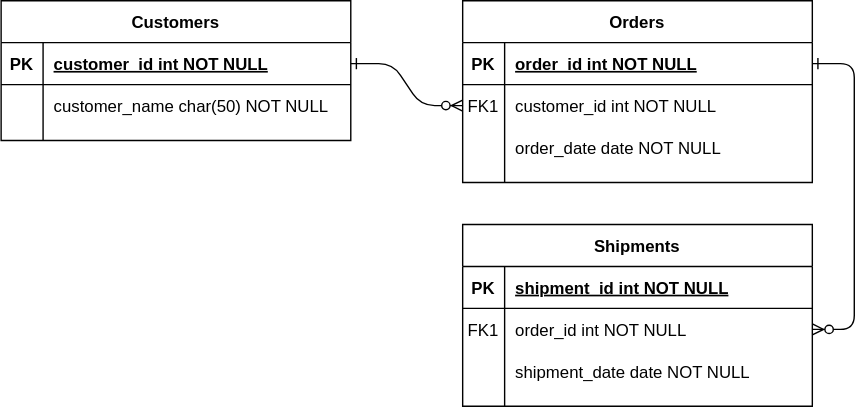
Before: E1.svg, a diagram exported from draw.io (ThunderGer23/Struct). Source tidied: cells renumbered, new cells last; positions are measured from the earlier drawing's top-left corner, leaving out a move shared by most shapes. Source of this version:
```xml
<mxGraphModel>
  <root>
    <mxCell id="0" />
    <mxCell id="1" parent="0" />
    <mxCell id="2" style="edgeStyle=entityRelationEdgeStyle;endArrow=ERzeroToMany;startArrow=ERone;endFill=1;startFill=0;" parent="1" edge="1" source="25" target="8">
      <mxGeometry relative="1" as="geometry" />
    </mxCell>
    <mxCell id="3" style="edgeStyle=entityRelationEdgeStyle;endArrow=ERzeroToMany;startArrow=ERone;endFill=1;startFill=0;" parent="1" edge="1" source="5" target="18">
      <mxGeometry relative="1" as="geometry" />
    </mxCell>
    <mxCell id="4" value="Orders" style="shape=table;startSize=30;rowLines=0;fontStyle=1;align=center;" parent="1" vertex="1">
      <mxGeometry x="330" width="250" height="130" as="geometry" />
    </mxCell>
    <mxCell id="5" style="shape=partialRectangle;fillColor=none;points=[[0,0.5],[1,0.5]];portConstraint=eastwest;top=0;left=0;right=0;bottom=1;" parent="4" vertex="1">
      <mxGeometry y="30" width="250" height="30" as="geometry" />
    </mxCell>
    <mxCell id="6" value="PK" style="shape=partialRectangle;overflow=hidden;fillColor=none;top=0;left=0;bottom=0;right=0;fontStyle=1;" parent="5" vertex="1">
      <mxGeometry width="30" height="30" as="geometry" />
    </mxCell>
    <mxCell id="7" value="order_id int NOT NULL " style="shape=partialRectangle;overflow=hidden;fillColor=none;top=0;left=0;bottom=0;right=0;align=left;spacingLeft=6;fontStyle=5;" parent="5" vertex="1">
      <mxGeometry x="30" width="220" height="30" as="geometry" />
    </mxCell>
    <mxCell id="8" style="shape=partialRectangle;fillColor=none;points=[[0,0.5],[1,0.5]];portConstraint=eastwest;top=0;left=0;right=0;bottom=0;" parent="4" vertex="1">
      <mxGeometry y="60" width="250" height="30" as="geometry" />
    </mxCell>
    <mxCell id="9" value="FK1" style="shape=partialRectangle;overflow=hidden;fillColor=none;top=0;left=0;bottom=0;right=0;" parent="8" vertex="1">
      <mxGeometry width="30" height="30" as="geometry" />
    </mxCell>
    <mxCell id="10" value="customer_id int NOT NULL" style="shape=partialRectangle;overflow=hidden;fillColor=none;top=0;left=0;bottom=0;right=0;align=left;spacingLeft=6;" parent="8" vertex="1">
      <mxGeometry x="30" width="220" height="30" as="geometry" />
    </mxCell>
    <mxCell id="11" style="shape=partialRectangle;fillColor=none;top=0;left=0;right=0;bottom=0;" parent="4" vertex="1">
      <mxGeometry y="90" width="250" height="30" as="geometry" />
    </mxCell>
    <mxCell id="12" style="shape=partialRectangle;overflow=hidden;fillColor=none;top=0;left=0;bottom=0;right=0;" parent="11" vertex="1">
      <mxGeometry width="30" height="30" as="geometry" />
    </mxCell>
    <mxCell id="13" value="order_date date NOT NULL" style="shape=partialRectangle;overflow=hidden;fillColor=none;top=0;left=0;bottom=0;right=0;align=left;spacingLeft=6;" parent="11" vertex="1">
      <mxGeometry x="30" width="220" height="30" as="geometry" />
    </mxCell>
    <mxCell id="14" value="Shipments" style="shape=table;startSize=30;rowLines=0;fontStyle=1;align=center;" parent="1" vertex="1">
      <mxGeometry x="330" y="160" width="250" height="130" as="geometry" />
    </mxCell>
    <mxCell id="15" style="shape=partialRectangle;fillColor=none;top=0;left=0;right=0;bottom=1;" parent="14" vertex="1">
      <mxGeometry y="30" width="250" height="30" as="geometry" />
    </mxCell>
    <mxCell id="16" value="PK" style="shape=partialRectangle;overflow=hidden;fillColor=none;top=0;left=0;bottom=0;right=0;fontStyle=1;" parent="15" vertex="1">
      <mxGeometry width="30" height="30" as="geometry" />
    </mxCell>
    <mxCell id="17" value="shipment_id int NOT NULL " style="shape=partialRectangle;overflow=hidden;fillColor=none;top=0;left=0;bottom=0;right=0;align=left;spacingLeft=6;fontStyle=5;" parent="15" vertex="1">
      <mxGeometry x="30" width="220" height="30" as="geometry" />
    </mxCell>
    <mxCell id="18" style="shape=partialRectangle;fillColor=none;points=[[0,0.5],[1,0.5]];portConstraint=eastwest;top=0;left=0;right=0;bottom=0;" parent="14" vertex="1">
      <mxGeometry y="60" width="250" height="30" as="geometry" />
    </mxCell>
    <mxCell id="19" value="FK1" style="shape=partialRectangle;overflow=hidden;fillColor=none;top=0;left=0;bottom=0;right=0;" parent="18" vertex="1">
      <mxGeometry width="30" height="30" as="geometry" />
    </mxCell>
    <mxCell id="20" value="order_id int NOT NULL" style="shape=partialRectangle;overflow=hidden;fillColor=none;top=0;left=0;bottom=0;right=0;align=left;spacingLeft=6;" parent="18" vertex="1">
      <mxGeometry x="30" width="220" height="30" as="geometry" />
    </mxCell>
    <mxCell id="21" style="shape=partialRectangle;fillColor=none;top=0;left=0;right=0;bottom=0;" parent="14" vertex="1">
      <mxGeometry y="90" width="250" height="30" as="geometry" />
    </mxCell>
    <mxCell id="22" style="shape=partialRectangle;overflow=hidden;fillColor=none;top=0;left=0;bottom=0;right=0;" parent="21" vertex="1">
      <mxGeometry width="30" height="30" as="geometry" />
    </mxCell>
    <mxCell id="23" value="shipment_date date NOT NULL" style="shape=partialRectangle;overflow=hidden;fillColor=none;top=0;left=0;bottom=0;right=0;align=left;spacingLeft=6;" parent="21" vertex="1">
      <mxGeometry x="30" width="220" height="30" as="geometry" />
    </mxCell>
    <mxCell id="24" value="Customers" style="shape=table;startSize=30;rowLines=0;fontStyle=1;align=center;" parent="1" vertex="1">
      <mxGeometry width="250" height="100" as="geometry" />
    </mxCell>
    <mxCell id="25" style="shape=partialRectangle;fillColor=none;points=[[0,0.5],[1,0.5]];portConstraint=eastwest;top=0;left=0;right=0;bottom=1;" parent="24" vertex="1">
      <mxGeometry y="30" width="250" height="30" as="geometry" />
    </mxCell>
    <mxCell id="26" value="PK" style="shape=partialRectangle;overflow=hidden;fillColor=none;top=0;left=0;bottom=0;right=0;fontStyle=1;" parent="25" vertex="1">
      <mxGeometry width="30" height="30" as="geometry" />
    </mxCell>
    <mxCell id="27" value="customer_id int NOT NULL " style="shape=partialRectangle;overflow=hidden;fillColor=none;top=0;left=0;bottom=0;right=0;align=left;spacingLeft=6;fontStyle=5;" parent="25" vertex="1">
      <mxGeometry x="30" width="220" height="30" as="geometry" />
    </mxCell>
    <mxCell id="28" style="shape=partialRectangle;fillColor=none;top=0;left=0;right=0;bottom=0;" parent="24" vertex="1">
      <mxGeometry y="60" width="250" height="30" as="geometry" />
    </mxCell>
    <mxCell id="29" style="shape=partialRectangle;overflow=hidden;fillColor=none;top=0;left=0;bottom=0;right=0;" parent="28" vertex="1">
      <mxGeometry width="30" height="30" as="geometry" />
    </mxCell>
    <mxCell id="30" value="customer_name char(50) NOT NULL" style="shape=partialRectangle;overflow=hidden;fillColor=none;top=0;left=0;bottom=0;right=0;align=left;spacingLeft=6;" parent="28" vertex="1">
      <mxGeometry x="30" width="220" height="30" as="geometry" />
    </mxCell>
  </root>
</mxGraphModel>
```
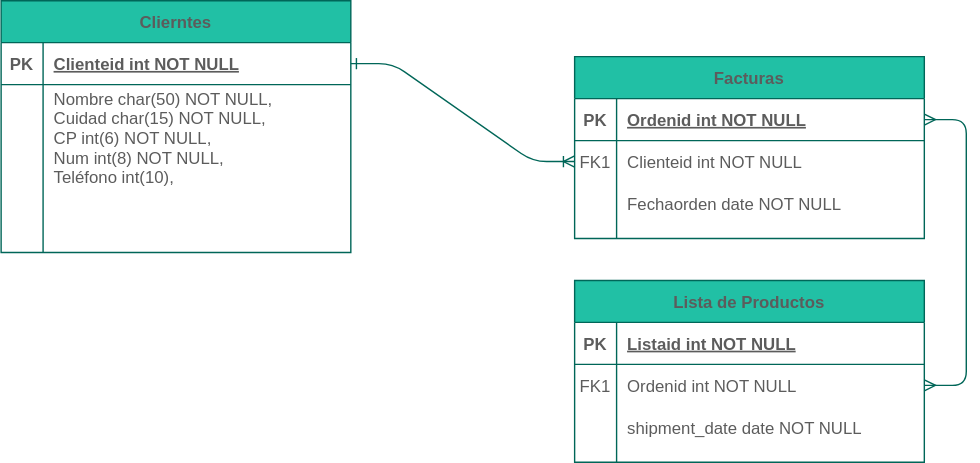
Later version of the same file.

Change to the diagram source:
```diff
@@ -2,92 +2,92 @@
   <root>
     <mxCell id="0" />
     <mxCell id="1" parent="0" />
-    <mxCell id="2" style="edgeStyle=entityRelationEdgeStyle;endArrow=ERzeroToMany;startArrow=ERone;endFill=1;startFill=0;" parent="1" edge="1" source="25" target="8">
+    <mxCell id="2" style="edgeStyle=entityRelationEdgeStyle;endArrow=ERoneToMany;startArrow=ERone;endFill=0;startFill=0;strokeColor=#006658;fontColor=#5C5C5C;" parent="1" edge="1" source="25" target="8">
       <mxGeometry relative="1" as="geometry" />
     </mxCell>
-    <mxCell id="3" style="edgeStyle=entityRelationEdgeStyle;endArrow=ERzeroToMany;startArrow=ERone;endFill=1;startFill=0;" parent="1" edge="1" source="5" target="18">
+    <mxCell id="3" style="edgeStyle=entityRelationEdgeStyle;endArrow=ERmany;startArrow=ERmany;endFill=0;startFill=0;strokeColor=#006658;fontColor=#5C5C5C;" parent="1" edge="1" source="5" target="18">
       <mxGeometry relative="1" as="geometry" />
     </mxCell>
-    <mxCell id="4" value="Orders" style="shape=table;startSize=30;rowLines=0;fontStyle=1;align=center;" parent="1" vertex="1">
+    <mxCell id="4" value="Facturas" style="shape=table;startSize=30;rowLines=0;fontStyle=1;align=center;fillColor=#21C0A5;strokeColor=#006658;fontColor=#5C5C5C;" parent="1" vertex="1">
       <mxGeometry x="330" width="250" height="130" as="geometry" />
     </mxCell>
-    <mxCell id="5" style="shape=partialRectangle;fillColor=none;points=[[0,0.5],[1,0.5]];portConstraint=eastwest;top=0;left=0;right=0;bottom=1;" parent="4" vertex="1">
+    <mxCell id="5" style="shape=partialRectangle;fillColor=none;points=[[0,0.5],[1,0.5]];portConstraint=eastwest;top=0;left=0;right=0;bottom=1;strokeColor=#006658;fontColor=#5C5C5C;" parent="4" vertex="1">
       <mxGeometry y="30" width="250" height="30" as="geometry" />
     </mxCell>
-    <mxCell id="6" value="PK" style="shape=partialRectangle;overflow=hidden;fillColor=none;top=0;left=0;bottom=0;right=0;fontStyle=1;" parent="5" vertex="1">
+    <mxCell id="6" value="PK" style="shape=partialRectangle;overflow=hidden;fillColor=none;top=0;left=0;bottom=0;right=0;fontStyle=1;strokeColor=#006658;fontColor=#5C5C5C;" parent="5" vertex="1">
       <mxGeometry width="30" height="30" as="geometry" />
     </mxCell>
-    <mxCell id="7" value="order_id int NOT NULL " style="shape=partialRectangle;overflow=hidden;fillColor=none;top=0;left=0;bottom=0;right=0;align=left;spacingLeft=6;fontStyle=5;" parent="5" vertex="1">
+    <mxCell id="7" value="Ordenid int NOT NULL " style="shape=partialRectangle;overflow=hidden;fillColor=none;top=0;left=0;bottom=0;right=0;align=left;spacingLeft=6;fontStyle=5;strokeColor=#006658;fontColor=#5C5C5C;" parent="5" vertex="1">
       <mxGeometry x="30" width="220" height="30" as="geometry" />
     </mxCell>
-    <mxCell id="8" style="shape=partialRectangle;fillColor=none;points=[[0,0.5],[1,0.5]];portConstraint=eastwest;top=0;left=0;right=0;bottom=0;" parent="4" vertex="1">
+    <mxCell id="8" style="shape=partialRectangle;fillColor=none;points=[[0,0.5],[1,0.5]];portConstraint=eastwest;top=0;left=0;right=0;bottom=0;strokeColor=#006658;fontColor=#5C5C5C;" parent="4" vertex="1">
       <mxGeometry y="60" width="250" height="30" as="geometry" />
     </mxCell>
-    <mxCell id="9" value="FK1" style="shape=partialRectangle;overflow=hidden;fillColor=none;top=0;left=0;bottom=0;right=0;" parent="8" vertex="1">
+    <mxCell id="9" value="FK1" style="shape=partialRectangle;overflow=hidden;fillColor=none;top=0;left=0;bottom=0;right=0;strokeColor=#006658;fontColor=#5C5C5C;" parent="8" vertex="1">
       <mxGeometry width="30" height="30" as="geometry" />
     </mxCell>
-    <mxCell id="10" value="customer_id int NOT NULL" style="shape=partialRectangle;overflow=hidden;fillColor=none;top=0;left=0;bottom=0;right=0;align=left;spacingLeft=6;" parent="8" vertex="1">
+    <mxCell id="10" value="Clienteid int NOT NULL" style="shape=partialRectangle;overflow=hidden;fillColor=none;top=0;left=0;bottom=0;right=0;align=left;spacingLeft=6;strokeColor=#006658;fontColor=#5C5C5C;" parent="8" vertex="1">
       <mxGeometry x="30" width="220" height="30" as="geometry" />
     </mxCell>
-    <mxCell id="11" style="shape=partialRectangle;fillColor=none;top=0;left=0;right=0;bottom=0;" parent="4" vertex="1">
+    <mxCell id="11" style="shape=partialRectangle;fillColor=none;top=0;left=0;right=0;bottom=0;strokeColor=#006658;fontColor=#5C5C5C;" parent="4" vertex="1">
       <mxGeometry y="90" width="250" height="30" as="geometry" />
     </mxCell>
-    <mxCell id="12" style="shape=partialRectangle;overflow=hidden;fillColor=none;top=0;left=0;bottom=0;right=0;" parent="11" vertex="1">
+    <mxCell id="12" style="shape=partialRectangle;overflow=hidden;fillColor=none;top=0;left=0;bottom=0;right=0;strokeColor=#006658;fontColor=#5C5C5C;" parent="11" vertex="1">
       <mxGeometry width="30" height="30" as="geometry" />
     </mxCell>
-    <mxCell id="13" value="order_date date NOT NULL" style="shape=partialRectangle;overflow=hidden;fillColor=none;top=0;left=0;bottom=0;right=0;align=left;spacingLeft=6;" parent="11" vertex="1">
+    <mxCell id="13" value="Fechaorden date NOT NULL" style="shape=partialRectangle;overflow=hidden;fillColor=none;top=0;left=0;bottom=0;right=0;align=left;spacingLeft=6;strokeColor=#006658;fontColor=#5C5C5C;" parent="11" vertex="1">
       <mxGeometry x="30" width="220" height="30" as="geometry" />
     </mxCell>
-    <mxCell id="14" value="Shipments" style="shape=table;startSize=30;rowLines=0;fontStyle=1;align=center;" parent="1" vertex="1">
+    <mxCell id="14" value="Lista de Productos" style="shape=table;startSize=30;rowLines=0;fontStyle=1;align=center;fillColor=#21C0A5;strokeColor=#006658;fontColor=#5C5C5C;" parent="1" vertex="1">
       <mxGeometry x="330" y="160" width="250" height="130" as="geometry" />
     </mxCell>
-    <mxCell id="15" style="shape=partialRectangle;fillColor=none;top=0;left=0;right=0;bottom=1;" parent="14" vertex="1">
+    <mxCell id="15" style="shape=partialRectangle;fillColor=none;top=0;left=0;right=0;bottom=1;strokeColor=#006658;fontColor=#5C5C5C;" parent="14" vertex="1">
       <mxGeometry y="30" width="250" height="30" as="geometry" />
     </mxCell>
-    <mxCell id="16" value="PK" style="shape=partialRectangle;overflow=hidden;fillColor=none;top=0;left=0;bottom=0;right=0;fontStyle=1;" parent="15" vertex="1">
+    <mxCell id="16" value="PK" style="shape=partialRectangle;overflow=hidden;fillColor=none;top=0;left=0;bottom=0;right=0;fontStyle=1;strokeColor=#006658;fontColor=#5C5C5C;" parent="15" vertex="1">
       <mxGeometry width="30" height="30" as="geometry" />
     </mxCell>
-    <mxCell id="17" value="shipment_id int NOT NULL " style="shape=partialRectangle;overflow=hidden;fillColor=none;top=0;left=0;bottom=0;right=0;align=left;spacingLeft=6;fontStyle=5;" parent="15" vertex="1">
+    <mxCell id="17" value="Listaid int NOT NULL " style="shape=partialRectangle;overflow=hidden;fillColor=none;top=0;left=0;bottom=0;right=0;align=left;spacingLeft=6;fontStyle=5;strokeColor=#006658;fontColor=#5C5C5C;" parent="15" vertex="1">
       <mxGeometry x="30" width="220" height="30" as="geometry" />
     </mxCell>
-    <mxCell id="18" style="shape=partialRectangle;fillColor=none;points=[[0,0.5],[1,0.5]];portConstraint=eastwest;top=0;left=0;right=0;bottom=0;" parent="14" vertex="1">
+    <mxCell id="18" style="shape=partialRectangle;fillColor=none;points=[[0,0.5],[1,0.5]];portConstraint=eastwest;top=0;left=0;right=0;bottom=0;strokeColor=#006658;fontColor=#5C5C5C;" parent="14" vertex="1">
       <mxGeometry y="60" width="250" height="30" as="geometry" />
     </mxCell>
-    <mxCell id="19" value="FK1" style="shape=partialRectangle;overflow=hidden;fillColor=none;top=0;left=0;bottom=0;right=0;" parent="18" vertex="1">
+    <mxCell id="19" value="FK1" style="shape=partialRectangle;overflow=hidden;fillColor=none;top=0;left=0;bottom=0;right=0;strokeColor=#006658;fontColor=#5C5C5C;" parent="18" vertex="1">
       <mxGeometry width="30" height="30" as="geometry" />
     </mxCell>
-    <mxCell id="20" value="order_id int NOT NULL" style="shape=partialRectangle;overflow=hidden;fillColor=none;top=0;left=0;bottom=0;right=0;align=left;spacingLeft=6;" parent="18" vertex="1">
+    <mxCell id="20" value="Ordenid int NOT NULL" style="shape=partialRectangle;overflow=hidden;fillColor=none;top=0;left=0;bottom=0;right=0;align=left;spacingLeft=6;strokeColor=#006658;fontColor=#5C5C5C;" parent="18" vertex="1">
       <mxGeometry x="30" width="220" height="30" as="geometry" />
     </mxCell>
-    <mxCell id="21" style="shape=partialRectangle;fillColor=none;top=0;left=0;right=0;bottom=0;" parent="14" vertex="1">
+    <mxCell id="21" style="shape=partialRectangle;fillColor=none;top=0;left=0;right=0;bottom=0;strokeColor=#006658;fontColor=#5C5C5C;" parent="14" vertex="1">
       <mxGeometry y="90" width="250" height="30" as="geometry" />
     </mxCell>
-    <mxCell id="22" style="shape=partialRectangle;overflow=hidden;fillColor=none;top=0;left=0;bottom=0;right=0;" parent="21" vertex="1">
+    <mxCell id="22" style="shape=partialRectangle;overflow=hidden;fillColor=none;top=0;left=0;bottom=0;right=0;strokeColor=#006658;fontColor=#5C5C5C;" parent="21" vertex="1">
       <mxGeometry width="30" height="30" as="geometry" />
     </mxCell>
-    <mxCell id="23" value="shipment_date date NOT NULL" style="shape=partialRectangle;overflow=hidden;fillColor=none;top=0;left=0;bottom=0;right=0;align=left;spacingLeft=6;" parent="21" vertex="1">
+    <mxCell id="23" value="shipment_date date NOT NULL" style="shape=partialRectangle;overflow=hidden;fillColor=none;top=0;left=0;bottom=0;right=0;align=left;spacingLeft=6;strokeColor=#006658;fontColor=#5C5C5C;" parent="21" vertex="1">
       <mxGeometry x="30" width="220" height="30" as="geometry" />
     </mxCell>
-    <mxCell id="24" value="Customers" style="shape=table;startSize=30;rowLines=0;fontStyle=1;align=center;" parent="1" vertex="1">
-      <mxGeometry width="250" height="100" as="geometry" />
+    <mxCell id="24" value="Clierntes" style="shape=table;startSize=30;rowLines=0;fontStyle=1;align=center;fillColor=#21C0A5;strokeColor=#006658;fontColor=#5C5C5C;" parent="1" vertex="1">
+      <mxGeometry x="-80" y="-40" width="250" height="180" as="geometry" />
     </mxCell>
-    <mxCell id="25" style="shape=partialRectangle;fillColor=none;points=[[0,0.5],[1,0.5]];portConstraint=eastwest;top=0;left=0;right=0;bottom=1;" parent="24" vertex="1">
+    <mxCell id="25" style="shape=partialRectangle;fillColor=none;points=[[0,0.5],[1,0.5]];portConstraint=eastwest;top=0;left=0;right=0;bottom=1;strokeColor=#006658;fontColor=#5C5C5C;" parent="24" vertex="1">
       <mxGeometry y="30" width="250" height="30" as="geometry" />
     </mxCell>
-    <mxCell id="26" value="PK" style="shape=partialRectangle;overflow=hidden;fillColor=none;top=0;left=0;bottom=0;right=0;fontStyle=1;" parent="25" vertex="1">
+    <mxCell id="26" value="PK" style="shape=partialRectangle;overflow=hidden;fillColor=none;top=0;left=0;bottom=0;right=0;fontStyle=1;strokeColor=#006658;fontColor=#5C5C5C;" parent="25" vertex="1">
       <mxGeometry width="30" height="30" as="geometry" />
     </mxCell>
-    <mxCell id="27" value="customer_id int NOT NULL " style="shape=partialRectangle;overflow=hidden;fillColor=none;top=0;left=0;bottom=0;right=0;align=left;spacingLeft=6;fontStyle=5;" parent="25" vertex="1">
+    <mxCell id="27" value="Clienteid int NOT NULL " style="shape=partialRectangle;overflow=hidden;fillColor=none;top=0;left=0;bottom=0;right=0;align=left;spacingLeft=6;fontStyle=5;strokeColor=#006658;fontColor=#5C5C5C;" parent="25" vertex="1">
       <mxGeometry x="30" width="220" height="30" as="geometry" />
     </mxCell>
-    <mxCell id="28" style="shape=partialRectangle;fillColor=none;top=0;left=0;right=0;bottom=0;" parent="24" vertex="1">
-      <mxGeometry y="60" width="250" height="30" as="geometry" />
+    <mxCell id="28" style="shape=partialRectangle;fillColor=none;top=0;left=0;right=0;bottom=0;strokeColor=#006658;fontColor=#5C5C5C;" parent="24" vertex="1">
+      <mxGeometry y="60" width="250" height="90" as="geometry" />
     </mxCell>
-    <mxCell id="29" style="shape=partialRectangle;overflow=hidden;fillColor=none;top=0;left=0;bottom=0;right=0;" parent="28" vertex="1">
-      <mxGeometry width="30" height="30" as="geometry" />
+    <mxCell id="29" style="shape=partialRectangle;overflow=hidden;fillColor=none;top=0;left=0;bottom=0;right=0;strokeColor=#006658;fontColor=#5C5C5C;" parent="28" vertex="1">
+      <mxGeometry width="30" height="90" as="geometry" />
     </mxCell>
-    <mxCell id="30" value="customer_name char(50) NOT NULL" style="shape=partialRectangle;overflow=hidden;fillColor=none;top=0;left=0;bottom=0;right=0;align=left;spacingLeft=6;" parent="28" vertex="1">
-      <mxGeometry x="30" width="220" height="30" as="geometry" />
+    <mxCell id="30" value="Nombre char(50) NOT NULL,&#10;Cuidad char(15) NOT NULL,&#10;CP int(6) NOT NULL,&#10;Num int(8) NOT NULL,&#10;Teléfono int(10),&#10;" style="shape=partialRectangle;overflow=hidden;fillColor=none;top=0;left=0;bottom=0;right=0;align=left;spacingLeft=6;strokeColor=#006658;fontColor=#5C5C5C;" parent="28" vertex="1">
+      <mxGeometry x="30" width="220" height="90" as="geometry" />
     </mxCell>
   </root>
 </mxGraphModel>
```
